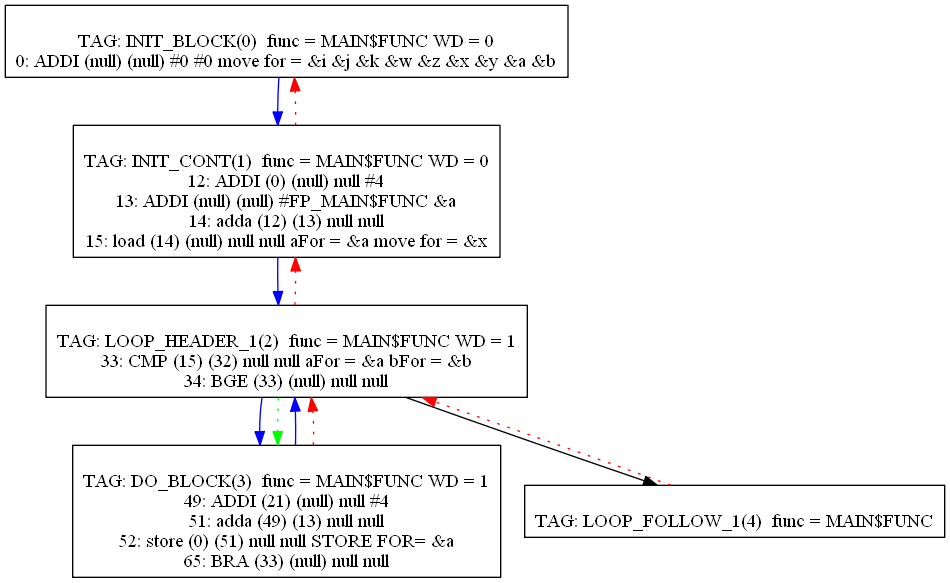
Above: Compiler/26graph.png in mbajaj92/Project-Astoria (Graphviz), before the change. Its source is kept beside it as Compiler/26graph.dot.
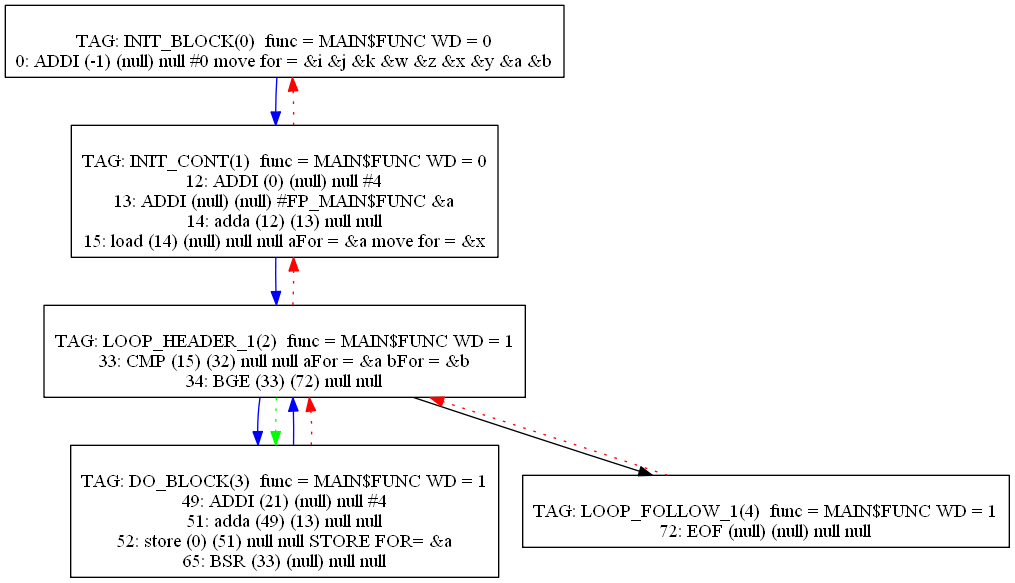
After the commit.

Diff of the diagram source:
```diff
@@ -1,7 +1,7 @@
 digraph {
 0[label="
 TAG: INIT_BLOCK(0)  func = MAIN$FUNC WD = 0
-0: ADDI (null) (null) #0 #0 move for = &i &j &k &w &z &x &y &a &b
+0: ADDI (-1) (null) null #0 move for = &i &j &k &w &z &x &y &a &b
 "];
 0[shape=box];
 0 -> 1[color=blue]
@@ -18,7 +18,7 @@
 2[label="
 TAG: LOOP_HEADER_1(2)  func = MAIN$FUNC WD = 1
 33: CMP (15) (32) null null aFor = &a bFor = &b
-34: BGE (33) (null) null null
+34: BGE (33) (72) null null
 "];
 2[shape=box];
 2 -> 3[color=blue]
@@ -30,13 +30,14 @@
 49: ADDI (21) (null) null #4
 51: adda (49) (13) null null
 52: store (0) (51) null null STORE FOR= &a
-65: BRA (33) (null) null null
+65: BSR (33) (null) null null
 "];
 3[shape=box];
 3 -> 2[color=blue]
 3 -> 2[color=red][style=dotted]
 4[label="
-TAG: LOOP_FOLLOW_1(4)  func = MAIN$FUNC
+TAG: LOOP_FOLLOW_1(4)  func = MAIN$FUNC WD = 1
+72: EOF (null) (null) null null
 "];
 4[shape=box];
 4 -> 2[color=red][style=dotted]
```
